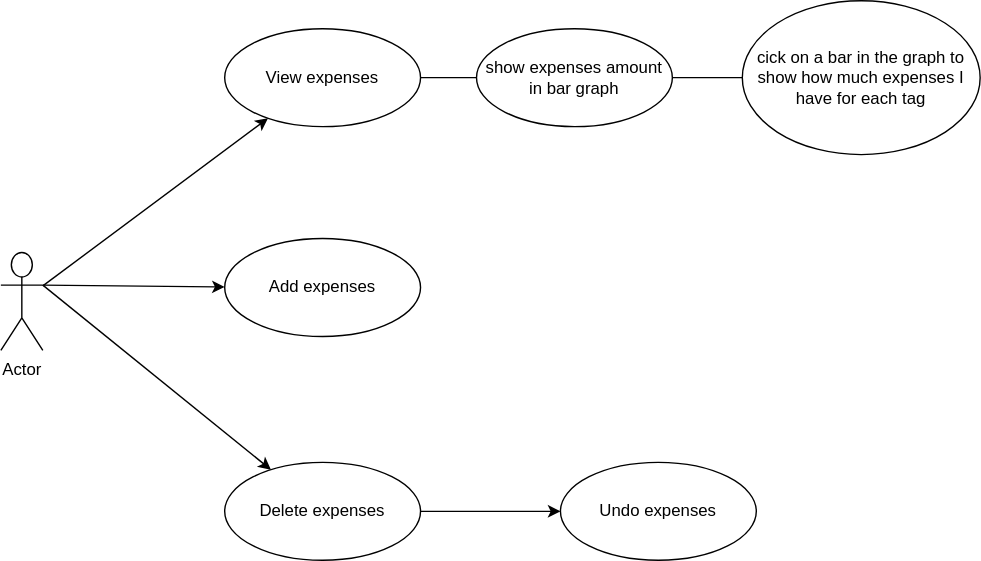
Before: IDATA2503/ExpenseTrackerApp/ExpenseTrackerApp/docs/use-cases.drawio.svg, a diagram exported from draw.io (GBFur/IDATA250x-exercises-2023-winter). Source tidied: cells renumbered, new cells last; positions are measured from the earlier drawing's top-left corner, leaving out a move shared by most shapes.
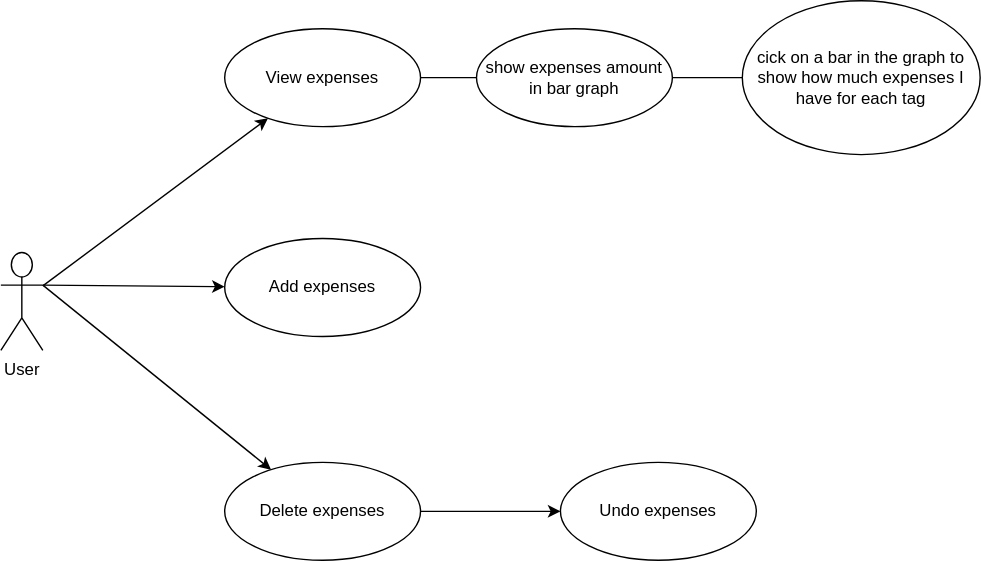
After the change.

Commit message:
docs: changed "Actor" to "User"

What changed in the source:
```diff
@@ -11,7 +11,7 @@
     <mxCell id="4" style="edgeStyle=none;html=1;exitX=1;exitY=0.3333333333333333;exitDx=0;exitDy=0;exitPerimeter=0;" parent="1" edge="1" source="5" target="10">
       <mxGeometry relative="1" as="geometry" />
     </mxCell>
-    <mxCell id="5" value="Actor" style="shape=umlActor;verticalLabelPosition=bottom;verticalAlign=top;html=1;" parent="1" vertex="1">
+    <mxCell id="5" value="User" style="shape=umlActor;verticalLabelPosition=bottom;verticalAlign=top;html=1;" parent="1" vertex="1">
       <mxGeometry y="180" width="30" height="70" as="geometry" />
     </mxCell>
     <mxCell id="6" style="edgeStyle=none;html=1;" parent="1" edge="1" source="7">
```
